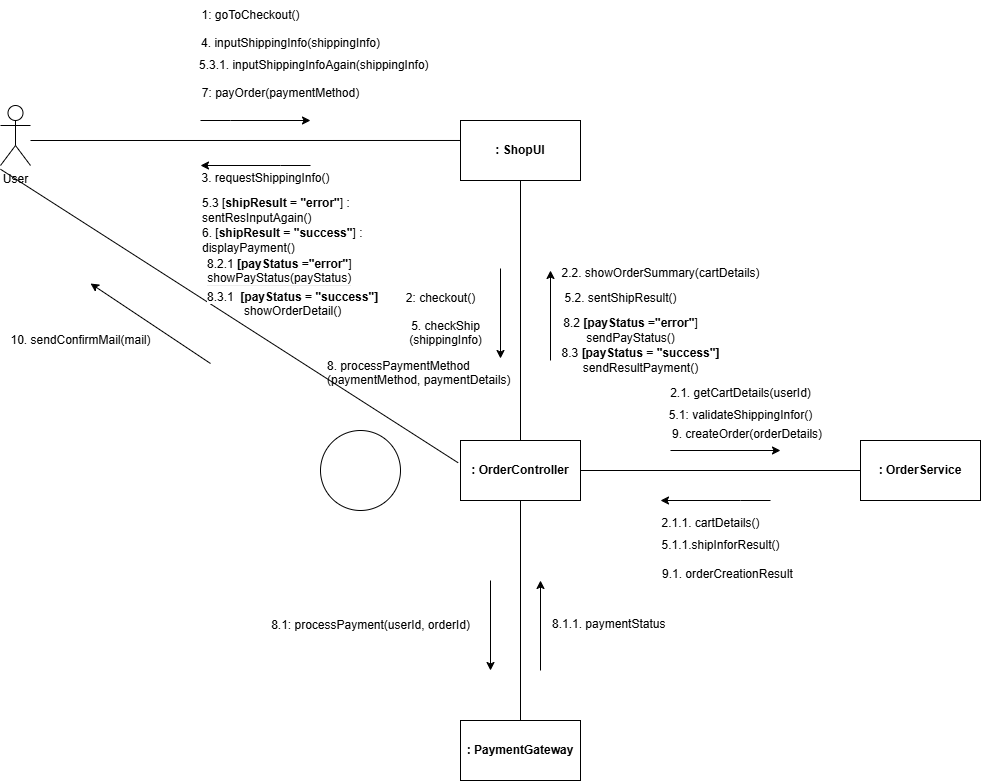
The draw.io diagram communication-diagram/CD_buyProduct/bye_checkout_final.drawio.png in hungtran3011/SAD-uml, before a commit. Source tidied: cells renumbered, new cells last; positions are measured from the earlier drawing's top-left corner, leaving out a move shared by most shapes. The source it was exported from:
```xml
<mxGraphModel>
  <root>
    <mxCell id="0" />
    <mxCell id="1" parent="0" />
    <mxCell id="2" value="User" style="shape=umlActor;verticalLabelPosition=bottom;verticalAlign=top;html=1;" parent="1" vertex="1">
      <mxGeometry y="105" width="30" height="60" as="geometry" />
    </mxCell>
    <mxCell id="3" value="&lt;b&gt;: ShopUI&lt;/b&gt;" style="rounded=0;whiteSpace=wrap;html=1;" parent="1" vertex="1">
      <mxGeometry x="460" y="120" width="120" height="60" as="geometry" />
    </mxCell>
    <mxCell id="4" value="&lt;b&gt;: OrderService&lt;/b&gt;" style="rounded=0;whiteSpace=wrap;html=1;" parent="1" vertex="1">
      <mxGeometry x="860" y="440" width="120" height="60" as="geometry" />
    </mxCell>
    <mxCell id="5" value="&lt;b&gt;: PaymentGateway&lt;/b&gt;" style="rounded=0;whiteSpace=wrap;html=1;" parent="1" vertex="1">
      <mxGeometry x="460" y="720" width="120" height="60" as="geometry" />
    </mxCell>
    <mxCell id="6" style="endArrow=none;html=1;rounded=0;entryX=0;entryY=0.333;entryDx=0;entryDy=0;entryPerimeter=0;" parent="1" edge="1" target="3">
      <mxGeometry relative="1" as="geometry">
        <mxPoint x="30" y="140" as="sourcePoint" />
      </mxGeometry>
    </mxCell>
    <mxCell id="7" value="&lt;b&gt;: OrderController&lt;/b&gt;" style="rounded=0;whiteSpace=wrap;html=1;" parent="1" vertex="1">
      <mxGeometry x="460" y="440" width="120" height="60" as="geometry" />
    </mxCell>
    <mxCell id="8" style="endArrow=none;html=1;rounded=0;entryX=-0.02;entryY=0.371;entryDx=0;entryDy=0;entryPerimeter=0;" parent="1" edge="1" target="7">
      <mxGeometry relative="1" as="geometry">
        <mxPoint y="168.8" as="sourcePoint" />
      </mxGeometry>
    </mxCell>
    <mxCell id="9" style="endArrow=none;html=1;rounded=0;entryX=0.5;entryY=1;entryDx=0;entryDy=0;" parent="1" edge="1" source="7" target="3">
      <mxGeometry relative="1" as="geometry" />
    </mxCell>
    <mxCell id="10" style="endArrow=none;html=1;rounded=0;entryX=0.5;entryY=1;entryDx=0;entryDy=0;" parent="1" edge="1" source="5" target="7">
      <mxGeometry relative="1" as="geometry" />
    </mxCell>
    <mxCell id="11" style="endArrow=none;html=1;rounded=0;entryX=0;entryY=0.5;entryDx=0;entryDy=0;exitX=1;exitY=0.5;exitDx=0;exitDy=0;" parent="1" edge="1" source="7" target="4">
      <mxGeometry relative="1" as="geometry" />
    </mxCell>
    <mxCell id="12" style="endArrow=classic;html=1;rounded=0;" parent="1" edge="1">
      <mxGeometry relative="1" as="geometry">
        <mxPoint x="670" y="450" as="sourcePoint" />
        <mxPoint x="780" y="450" as="targetPoint" />
      </mxGeometry>
    </mxCell>
    <mxCell id="13" style="endArrow=classic;html=1;rounded=0;" parent="1" edge="1">
      <mxGeometry relative="1" as="geometry">
        <mxPoint x="550" y="360" as="sourcePoint" />
        <mxPoint x="550" y="270" as="targetPoint" />
      </mxGeometry>
    </mxCell>
    <mxCell id="14" style="endArrow=classic;html=1;rounded=0;" parent="1" edge="1">
      <mxGeometry relative="1" as="geometry">
        <mxPoint x="500" y="268" as="sourcePoint" />
        <mxPoint x="500" y="358" as="targetPoint" />
      </mxGeometry>
    </mxCell>
    <mxCell id="15" style="endArrow=classic;html=1;rounded=0;" parent="1" edge="1">
      <mxGeometry relative="1" as="geometry">
        <mxPoint x="200" y="120" as="sourcePoint" />
        <mxPoint x="310" y="120" as="targetPoint" />
        <Array as="points">
          <mxPoint x="230" y="120" />
        </Array>
      </mxGeometry>
    </mxCell>
    <mxCell id="16" style="endArrow=classic;html=1;rounded=0;" parent="1" edge="1">
      <mxGeometry relative="1" as="geometry">
        <mxPoint x="770" y="500" as="sourcePoint" />
        <mxPoint x="660" y="500" as="targetPoint" />
        <Array as="points">
          <mxPoint x="740" y="500" />
        </Array>
      </mxGeometry>
    </mxCell>
    <mxCell id="17" style="endArrow=classic;html=1;rounded=0;" parent="1" edge="1">
      <mxGeometry relative="1" as="geometry">
        <mxPoint x="310" y="165" as="sourcePoint" />
        <mxPoint x="200" y="165" as="targetPoint" />
        <Array as="points">
          <mxPoint x="280" y="165" />
        </Array>
      </mxGeometry>
    </mxCell>
    <mxCell id="18" style="endArrow=classic;html=1;rounded=0;" parent="1" edge="1">
      <mxGeometry relative="1" as="geometry">
        <mxPoint x="490" y="580" as="sourcePoint" />
        <mxPoint x="490" y="670" as="targetPoint" />
      </mxGeometry>
    </mxCell>
    <mxCell id="19" style="endArrow=classic;html=1;rounded=0;" parent="1" edge="1">
      <mxGeometry relative="1" as="geometry">
        <mxPoint x="540" y="670" as="sourcePoint" />
        <mxPoint x="540" y="580" as="targetPoint" />
      </mxGeometry>
    </mxCell>
    <mxCell id="20" value="1: goToCheckout()" style="text;html=1;align=center;verticalAlign=middle;strokeColor=none;fillColor=none;" parent="1" vertex="1">
      <mxGeometry x="190" width="120" height="30" as="geometry" />
    </mxCell>
    <mxCell id="21" value="2: checkout()" style="text;html=1;align=center;verticalAlign=middle;strokeColor=none;fillColor=none;" parent="1" vertex="1">
      <mxGeometry x="395" y="283" width="90" height="30" as="geometry" />
    </mxCell>
    <mxCell id="22" value="2.1. getCartDetails(userId)&lt;div&gt;&lt;br/&gt;&lt;/div&gt;" style="text;html=1;align=center;verticalAlign=middle;strokeColor=none;fillColor=none;" parent="1" vertex="1">
      <mxGeometry x="660" y="380" width="160" height="40" as="geometry" />
    </mxCell>
    <mxCell id="23" value="2.1.1. cartDetails()&lt;div&gt;&lt;br/&gt;&lt;/div&gt;" style="text;html=1;align=center;verticalAlign=middle;strokeColor=none;fillColor=none;" parent="1" vertex="1">
      <mxGeometry x="650" y="510" width="120" height="40" as="geometry" />
    </mxCell>
    <mxCell id="24" value="2.2. showOrderSummary(cartDetails)&lt;div&gt;&lt;br/&gt;&lt;/div&gt;" style="text;html=1;align=center;verticalAlign=middle;strokeColor=none;fillColor=none;" parent="1" vertex="1">
      <mxGeometry x="550" y="260" width="220" height="40" as="geometry" />
    </mxCell>
    <mxCell id="25" value="4. inputShippingInfo(shippingInfo)&lt;div&gt;&lt;br/&gt;&lt;/div&gt;" style="text;html=1;align=center;verticalAlign=middle;strokeColor=none;fillColor=none;" parent="1" vertex="1">
      <mxGeometry x="190" y="30" width="200" height="40" as="geometry" />
    </mxCell>
    <mxCell id="26" value="3. requestShippingInfo()&lt;div&gt;&lt;br/&gt;&lt;/div&gt;" style="text;html=1;align=center;verticalAlign=middle;strokeColor=none;fillColor=none;" parent="1" vertex="1">
      <mxGeometry x="190" y="165" width="150" height="40" as="geometry" />
    </mxCell>
    <mxCell id="27" value="5. checkShip&lt;div&gt;(shippingInfo)&lt;div&gt;&lt;br&gt;&lt;/div&gt;&lt;/div&gt;" style="text;html=1;align=center;verticalAlign=middle;strokeColor=none;fillColor=none;" parent="1" vertex="1">
      <mxGeometry x="395" y="310" width="100" height="60" as="geometry" />
    </mxCell>
    <mxCell id="28" value="&lt;div&gt;&lt;br&gt;&lt;/div&gt;" style="text;html=1;align=center;verticalAlign=middle;strokeColor=none;fillColor=none;" parent="1" vertex="1">
      <mxGeometry x="90" y="298" width="20" height="30" as="geometry" />
    </mxCell>
    <mxCell id="29" value="5.1: validateShippingInfor()" style="text;html=1;align=center;verticalAlign=middle;strokeColor=none;fillColor=none;" parent="1" vertex="1">
      <mxGeometry x="655" y="400" width="170" height="30" as="geometry" />
    </mxCell>
    <mxCell id="30" value="5.1.1.shipInforResult()" style="text;html=1;align=center;verticalAlign=middle;strokeColor=none;fillColor=none;" parent="1" vertex="1">
      <mxGeometry x="650" y="530" width="140" height="30" as="geometry" />
    </mxCell>
    <mxCell id="31" value="5.2. sentShipResult()" style="text;html=1;align=center;verticalAlign=middle;strokeColor=none;fillColor=none;" parent="1" vertex="1">
      <mxGeometry x="550" y="283" width="140" height="30" as="geometry" />
    </mxCell>
    <mxCell id="32" value="5.3 [&lt;b&gt;shipResult = &quot;error&quot;&lt;/b&gt;] :&lt;div&gt;sentResInputAgain()&lt;/div&gt;" style="text;html=1;align=left;verticalAlign=middle;strokeColor=none;fillColor=none;" parent="1" vertex="1">
      <mxGeometry x="200" y="190" width="170" height="40" as="geometry" />
    </mxCell>
    <mxCell id="33" value="5.3.1. inputShippingInfoAgain(shippingInfo)&amp;nbsp;" style="text;html=1;align=center;verticalAlign=middle;strokeColor=none;fillColor=none;" parent="1" vertex="1">
      <mxGeometry x="185" y="50" width="260" height="30" as="geometry" />
    </mxCell>
    <mxCell id="34" value="6. [&lt;b&gt;shipResult = &quot;success&quot;&lt;/b&gt;] :&lt;div&gt;displayPayment()&lt;/div&gt;" style="text;html=1;align=left;verticalAlign=middle;strokeColor=none;fillColor=none;" parent="1" vertex="1">
      <mxGeometry x="200" y="220" width="180" height="40" as="geometry" />
    </mxCell>
    <mxCell id="35" value="7: payOrder(paymentMethod)&lt;div&gt;&lt;br&gt;&lt;/div&gt;" style="text;html=1;align=center;verticalAlign=middle;strokeColor=none;fillColor=none;" parent="1" vertex="1">
      <mxGeometry x="190" y="80" width="180" height="40" as="geometry" />
    </mxCell>
    <mxCell id="36" value="8. processPaymentMethod&lt;div&gt;(paymentMethod, paymentDetails)&lt;div&gt;&lt;br&gt;&lt;/div&gt;&lt;/div&gt;" style="text;html=1;align=left;verticalAlign=middle;strokeColor=none;fillColor=none;" parent="1" vertex="1">
      <mxGeometry x="325" y="350" width="210" height="60" as="geometry" />
    </mxCell>
    <mxCell id="37" value="8.1.1. paymentStatus" style="text;whiteSpace=wrap;html=1;" parent="1" vertex="1">
      <mxGeometry x="550" y="610" width="140" height="40" as="geometry" />
    </mxCell>
    <mxCell id="38" value="8.1: processPayment(userId, orderId)" style="text;html=1;align=center;verticalAlign=middle;strokeColor=none;fillColor=none;" parent="1" vertex="1">
      <mxGeometry x="260" y="610" width="220" height="30" as="geometry" />
    </mxCell>
    <mxCell id="39" value="8.2&lt;b&gt; [payStatus =&quot;error&quot;&lt;/b&gt;]&lt;div&gt;sendPayStatus()&lt;/div&gt;" style="text;html=1;align=center;verticalAlign=middle;strokeColor=none;fillColor=none;" parent="1" vertex="1">
      <mxGeometry x="550" y="310" width="160" height="40" as="geometry" />
    </mxCell>
    <mxCell id="40" value="&lt;span style=&quot;background-color: light-dark(#ffffff, var(--ge-dark-color, #121212));&quot;&gt;&lt;span style=&quot;color: rgb(0, 0, 0); font-family: Helvetica; font-size: 12px; font-style: normal; font-variant-ligatures: normal; font-variant-caps: normal; font-weight: 400; letter-spacing: normal; orphans: 2; text-align: center; text-indent: 0px; text-transform: none; widows: 2; word-spacing: 0px; -webkit-text-stroke-width: 0px; white-space: nowrap; text-decoration-thickness: initial; text-decoration-style: initial; text-decoration-color: initial; float: none; display: inline !important;&quot;&gt;8.2.1&lt;/span&gt;&lt;b style=&quot;forced-color-adjust: none; color: rgb(0, 0, 0); font-family: Helvetica; font-size: 12px; font-style: normal; font-variant-ligatures: normal; font-variant-caps: normal; letter-spacing: normal; orphans: 2; text-align: center; text-indent: 0px; text-transform: none; widows: 2; word-spacing: 0px; -webkit-text-stroke-width: 0px; white-space: nowrap; text-decoration-thickness: initial; text-decoration-style: initial; text-decoration-color: initial;&quot;&gt;&lt;span&gt;&amp;nbsp;&lt;/span&gt;[payStatus =&quot;error&quot;&lt;/b&gt;&lt;span style=&quot;color: rgb(0, 0, 0); font-family: Helvetica; font-size: 12px; font-style: normal; font-variant-ligatures: normal; font-variant-caps: normal; font-weight: 400; letter-spacing: normal; orphans: 2; text-align: center; text-indent: 0px; text-transform: none; widows: 2; word-spacing: 0px; -webkit-text-stroke-width: 0px; white-space: nowrap; text-decoration-thickness: initial; text-decoration-style: initial; text-decoration-color: initial; float: none; display: inline !important;&quot;&gt;]&lt;/span&gt;&lt;/span&gt;&lt;div style=&quot;forced-color-adjust: none; color: rgb(0, 0, 0); font-family: Helvetica; font-size: 12px; font-style: normal; font-variant-ligatures: normal; font-variant-caps: normal; font-weight: 400; letter-spacing: normal; orphans: 2; text-align: center; text-indent: 0px; text-transform: none; widows: 2; word-spacing: 0px; -webkit-text-stroke-width: 0px; white-space: nowrap; text-decoration-thickness: initial; text-decoration-style: initial; text-decoration-color: initial; background-color: rgb(236, 236, 236);&quot;&gt;&lt;span style=&quot;background-color: light-dark(#ffffff, var(--ge-dark-color, #121212));&quot;&gt;showPayStatus(payStatus)&lt;/span&gt;&lt;/div&gt;" style="text;whiteSpace=wrap;html=1;" parent="1" vertex="1">
      <mxGeometry x="205" y="250" width="170" height="50" as="geometry" />
    </mxCell>
    <mxCell id="41" value="8.3 &lt;b&gt;[payStatus = &quot;success&quot;]&lt;/b&gt;&lt;div&gt;sendResultPayment()&lt;/div&gt;" style="text;html=1;align=center;verticalAlign=middle;strokeColor=none;fillColor=none;" parent="1" vertex="1">
      <mxGeometry x="550" y="340" width="180" height="40" as="geometry" />
    </mxCell>
    <mxCell id="42" value="&lt;span style=&quot;background-color: light-dark(#ffffff, var(--ge-dark-color, #121212));&quot;&gt;&lt;span style=&quot;color: rgb(0, 0, 0); font-family: Helvetica; font-size: 12px; font-style: normal; font-variant-ligatures: normal; font-variant-caps: normal; font-weight: 400; letter-spacing: normal; orphans: 2; text-align: center; text-indent: 0px; text-transform: none; widows: 2; word-spacing: 0px; -webkit-text-stroke-width: 0px; white-space: nowrap; text-decoration-thickness: initial; text-decoration-style: initial; text-decoration-color: initial; float: none; display: inline !important;&quot;&gt;8.3.1&amp;nbsp;&amp;nbsp;&lt;/span&gt;&lt;b style=&quot;forced-color-adjust: none; color: rgb(0, 0, 0); font-family: Helvetica; font-size: 12px; font-style: normal; font-variant-ligatures: normal; font-variant-caps: normal; letter-spacing: normal; orphans: 2; text-align: center; text-indent: 0px; text-transform: none; widows: 2; word-spacing: 0px; -webkit-text-stroke-width: 0px; white-space: nowrap; text-decoration-thickness: initial; text-decoration-style: initial; text-decoration-color: initial;&quot;&gt;[payStatus = &quot;success&quot;]&lt;/b&gt;&lt;/span&gt;&lt;div style=&quot;forced-color-adjust: none; color: rgb(0, 0, 0); font-family: Helvetica; font-size: 12px; font-style: normal; font-variant-ligatures: normal; font-variant-caps: normal; font-weight: 400; letter-spacing: normal; orphans: 2; text-align: center; text-indent: 0px; text-transform: none; widows: 2; word-spacing: 0px; -webkit-text-stroke-width: 0px; white-space: nowrap; text-decoration-thickness: initial; text-decoration-style: initial; text-decoration-color: initial;&quot;&gt;&lt;span style=&quot;background-color: light-dark(#ffffff, var(--ge-dark-color, #121212));&quot;&gt;showOrderDetail()&lt;/span&gt;&lt;/div&gt;" style="text;whiteSpace=wrap;html=1;" parent="1" vertex="1">
      <mxGeometry x="205" y="283" width="190" height="50" as="geometry" />
    </mxCell>
    <mxCell id="43" value="9. createOrder(orderDetails)" style="text;whiteSpace=wrap;html=1;" parent="1" vertex="1">
      <mxGeometry x="670" y="420" width="180" height="40" as="geometry" />
    </mxCell>
    <mxCell id="44" value="9.1. orderCreationResult" style="text;whiteSpace=wrap;html=1;" parent="1" vertex="1">
      <mxGeometry x="660" y="560" width="160" height="40" as="geometry" />
    </mxCell>
    <mxCell id="45" value="10. sendConfirmMail(mail)" style="text;html=1;align=center;verticalAlign=middle;strokeColor=none;fillColor=none;" parent="1" vertex="1">
      <mxGeometry y="325" width="160" height="30" as="geometry" />
    </mxCell>
    <mxCell id="46" style="endArrow=classic;html=1;rounded=0;" parent="1" edge="1">
      <mxGeometry relative="1" as="geometry">
        <mxPoint x="210" y="363" as="sourcePoint" />
        <mxPoint x="90" y="283" as="targetPoint" />
      </mxGeometry>
    </mxCell>
    <mxCell id="47" style="ellipse;whiteSpace=wrap;html=1;" parent="1" vertex="1">
      <mxGeometry x="320" y="430" width="80" height="80" as="geometry" />
    </mxCell>
  </root>
</mxGraphModel>
```
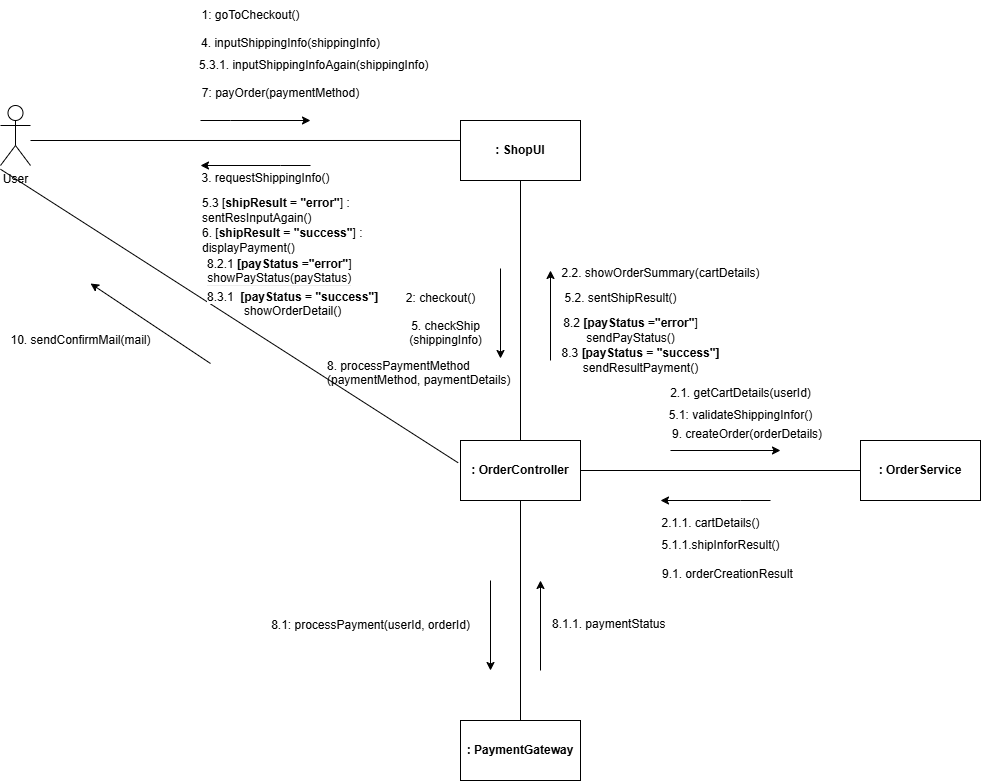
After the commit.

Change to the diagram source:
```diff
@@ -177,8 +177,5 @@
         <mxPoint x="90" y="283" as="targetPoint" />
       </mxGeometry>
     </mxCell>
-    <mxCell id="47" style="ellipse;whiteSpace=wrap;html=1;" parent="1" vertex="1">
-      <mxGeometry x="320" y="430" width="80" height="80" as="geometry" />
-    </mxCell>
   </root>
 </mxGraphModel>
```
